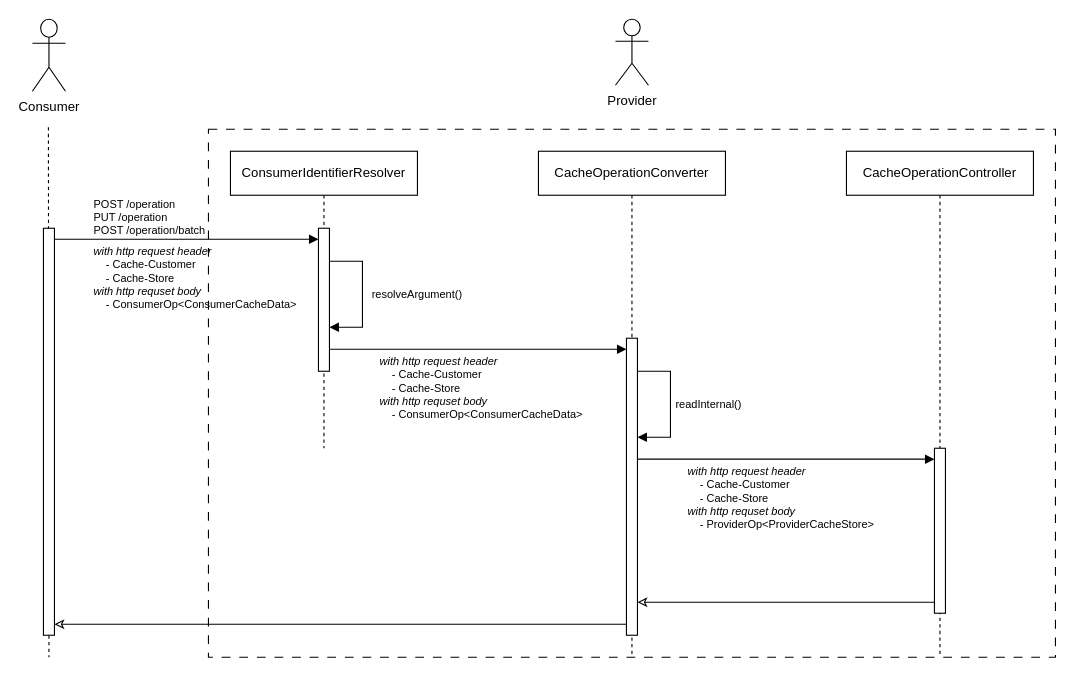
Above: assets/saving.drawio in RicciLiao/ricci-cache-provider (draw.io), before the change. Source tidied: cells renumbered, new cells numbered last; positions are measured from the earlier drawing's top-left corner, leaving out a move shared by most shapes. Both pictures are drawn from the tidied source at 110%, with x=0, y=0 at pixel (32, 19).
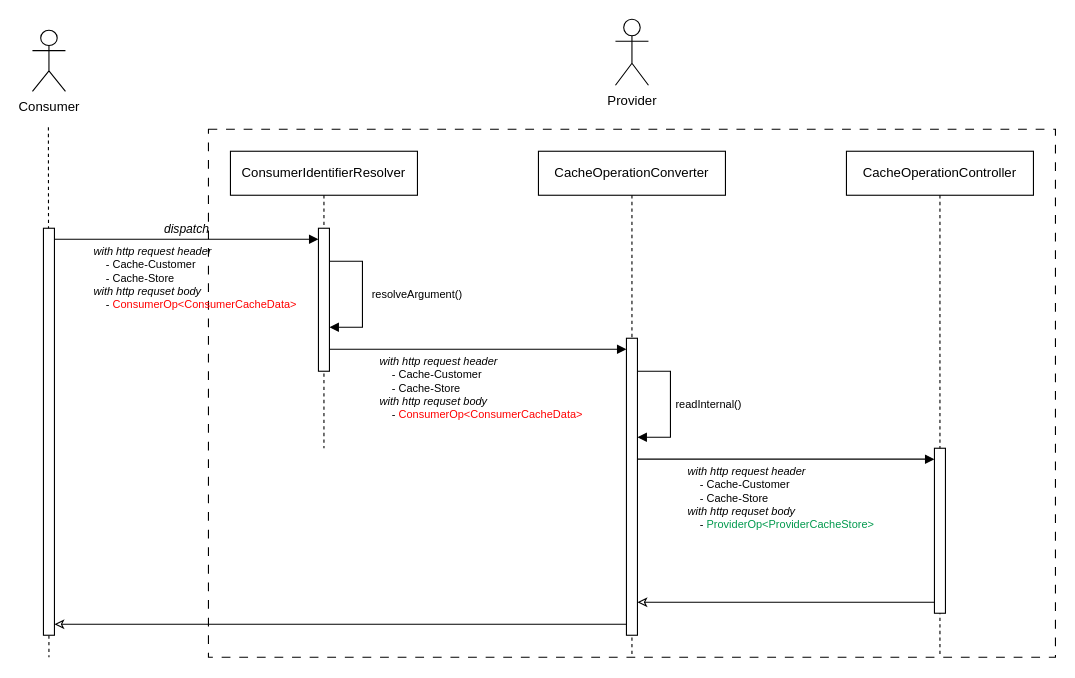
The same page after the edit.

The change refers to these unchanged cells:
```xml
<mxCell id="6" style="html=1;points=[[0,0,0,0,5],[0,1,0,0,-5],[1,0,0,0,5],[1,1,0,0,-5]];perimeter=orthogonalPerimeter;outlineConnect=0;targetShapes=umlLifeline;portConstraint=eastwest;newEdgeStyle={&quot;curved&quot;:0,&quot;rounded&quot;:0};" parent="5" vertex="1">
  <mxGeometry x="80" y="70" width="10" height="130" as="geometry" />
</mxCell>
```

What changed in the source:
```diff
@@
-    <mxCell id="8" value="&lt;div style=&quot;&quot;&gt;&lt;br&gt;&lt;/div&gt;" style="html=1;verticalAlign=bottom;endArrow=block;curved=0;rounded=0;fontSize=10;labelBackgroundColor=none;fontColor=light-dark(#000000,#EDEDED);align=center;" parent="1" edge="1" target="6">
-      <mxGeometry relative="1" as="geometry">
-        <mxPoint x="20" y="200" as="sourcePoint" />
-      </mxGeometry>
-    </mxCell>
-    <mxCell id="9" value="&lt;font style=&quot;&quot;&gt;&lt;i&gt;with http request header&lt;/i&gt;&lt;/font&gt;&lt;div&gt;&amp;nbsp; &amp;nbsp; -&amp;nbsp;Cache-Customer&lt;/div&gt;&lt;div&gt;&amp;nbsp; &amp;nbsp; -&amp;nbsp;Cache-Store&lt;/div&gt;&lt;div&gt;&lt;i&gt;with http requset body&lt;/i&gt;&lt;/div&gt;&lt;div&gt;&amp;nbsp; &amp;nbsp; &lt;font style=&quot;&quot;&gt;-&amp;nbsp;ConsumerOp&amp;lt;ConsumerCacheData&amp;gt;&lt;/font&gt;&lt;/div&gt;" style="text;align=left;verticalAlign=middle;spacingLeft=4;spacingRight=4;overflow=hidden;whiteSpace=wrap;html=1;fontSize=10;" parent="1" vertex="1">
+    <mxCell id="9" value="&lt;font style=&quot;&quot;&gt;&lt;i&gt;with http request header&lt;/i&gt;&lt;/font&gt;&lt;div&gt;&amp;nbsp; &amp;nbsp; -&amp;nbsp;Cache-Customer&lt;/div&gt;&lt;div&gt;&amp;nbsp; &amp;nbsp; -&amp;nbsp;Cache-Store&lt;/div&gt;&lt;div&gt;&lt;i&gt;with http requset body&lt;/i&gt;&lt;/div&gt;&lt;div&gt;&amp;nbsp; &amp;nbsp; &lt;font style=&quot;&quot;&gt;-&amp;nbsp;&lt;span&gt;&lt;font style=&quot;color: rgb(255, 0, 0);&quot;&gt;ConsumerOp&amp;lt;ConsumerCacheData&amp;gt;&lt;/font&gt;&lt;/span&gt;&lt;/font&gt;&lt;/div&gt;" style="text;align=left;verticalAlign=middle;spacingLeft=4;spacingRight=4;overflow=hidden;whiteSpace=wrap;html=1;fontSize=10;" parent="1" vertex="1">
       <mxGeometry x="50" y="200" width="200" height="70" as="geometry" />
     </mxCell>
@@
-    <mxCell id="17" value="&lt;font style=&quot;&quot;&gt;&lt;i&gt;with http request header&lt;/i&gt;&lt;/font&gt;&lt;div&gt;&amp;nbsp; &amp;nbsp; -&amp;nbsp;Cache-Customer&lt;/div&gt;&lt;div&gt;&amp;nbsp; &amp;nbsp; -&amp;nbsp;Cache-Store&lt;/div&gt;&lt;div&gt;&lt;i&gt;with http requset body&lt;/i&gt;&lt;/div&gt;&lt;div&gt;&amp;nbsp; &amp;nbsp; &lt;font style=&quot;&quot;&gt;-&amp;nbsp;ConsumerOp&amp;lt;ConsumerCacheData&amp;gt;&lt;/font&gt;&lt;/div&gt;" style="text;align=left;verticalAlign=middle;spacingLeft=4;spacingRight=4;overflow=hidden;whiteSpace=wrap;html=1;fontSize=10;" parent="1" vertex="1">
+    <mxCell id="17" value="&lt;font style=&quot;&quot;&gt;&lt;i&gt;with http request header&lt;/i&gt;&lt;/font&gt;&lt;div&gt;&amp;nbsp; &amp;nbsp; -&amp;nbsp;Cache-Customer&lt;/div&gt;&lt;div&gt;&amp;nbsp; &amp;nbsp; -&amp;nbsp;Cache-Store&lt;/div&gt;&lt;div&gt;&lt;i&gt;with http requset body&lt;/i&gt;&lt;/div&gt;&lt;div&gt;&amp;nbsp; &amp;nbsp; &lt;font style=&quot;&quot;&gt;-&amp;nbsp;&lt;font style=&quot;color: rgb(255, 0, 0);&quot;&gt;ConsumerOp&amp;lt;ConsumerCacheData&amp;gt;&lt;/font&gt;&lt;/font&gt;&lt;/div&gt;" style="text;align=left;verticalAlign=middle;spacingLeft=4;spacingRight=4;overflow=hidden;whiteSpace=wrap;html=1;fontSize=10;" parent="1" vertex="1">
       <mxGeometry x="310" y="300" width="200" height="70" as="geometry" />
     </mxCell>
@@
-    <mxCell id="21" value="&lt;font style=&quot;&quot;&gt;&lt;i&gt;with http request header&lt;/i&gt;&lt;/font&gt;&lt;div&gt;&amp;nbsp; &amp;nbsp; -&amp;nbsp;Cache-Customer&lt;/div&gt;&lt;div&gt;&amp;nbsp; &amp;nbsp; -&amp;nbsp;Cache-Store&lt;/div&gt;&lt;div&gt;&lt;i&gt;with http requset body&lt;/i&gt;&lt;/div&gt;&lt;div&gt;&amp;nbsp; &amp;nbsp; &lt;font style=&quot;&quot;&gt;-&amp;nbsp;ProviderOp&amp;lt;ProviderCacheStore&amp;gt;&lt;/font&gt;&lt;/div&gt;" style="text;align=left;verticalAlign=middle;spacingLeft=4;spacingRight=4;overflow=hidden;whiteSpace=wrap;html=1;fontSize=10;" parent="1" vertex="1">
+    <mxCell id="21" value="&lt;font style=&quot;&quot;&gt;&lt;i&gt;with http request header&lt;/i&gt;&lt;/font&gt;&lt;div&gt;&amp;nbsp; &amp;nbsp; -&amp;nbsp;Cache-Customer&lt;/div&gt;&lt;div&gt;&amp;nbsp; &amp;nbsp; -&amp;nbsp;Cache-Store&lt;/div&gt;&lt;div&gt;&lt;i&gt;with http requset body&lt;/i&gt;&lt;/div&gt;&lt;div&gt;&amp;nbsp; &amp;nbsp; &lt;font style=&quot;&quot;&gt;-&amp;nbsp;&lt;font style=&quot;color: rgb(0, 153, 77);&quot;&gt;ProviderOp&amp;lt;ProviderCacheStore&amp;gt;&lt;/font&gt;&lt;/font&gt;&lt;/div&gt;" style="text;align=left;verticalAlign=middle;spacingLeft=4;spacingRight=4;overflow=hidden;whiteSpace=wrap;html=1;fontSize=10;" parent="1" vertex="1">
       <mxGeometry x="590" y="400" width="200" height="70" as="geometry" />
     </mxCell>
@@
     <mxCell id="24" value="Consumer" style="shape=umlActor;verticalLabelPosition=bottom;verticalAlign=top;html=1;fillColor=none;" parent="1" vertex="1">
-      <mxGeometry width="30" height="65.5" as="geometry" />
+      <mxGeometry y="10" width="30" height="55.5" as="geometry" />
     </mxCell>
-    <mxCell id="25" value="&lt;div style=&quot;&quot;&gt;&lt;span style=&quot;text-wrap-mode: nowrap;&quot;&gt;POST /operation&amp;nbsp;&lt;/span&gt;&lt;/div&gt;&lt;div style=&quot;&quot;&gt;&lt;span style=&quot;text-wrap-mode: nowrap;&quot;&gt;PUT /operation&amp;nbsp;&lt;/span&gt;&lt;/div&gt;&lt;div style=&quot;&quot;&gt;&lt;span style=&quot;text-wrap-mode: nowrap;&quot;&gt;POST /operation/batch&lt;/span&gt;&lt;/div&gt;" style="text;align=left;verticalAlign=middle;spacingLeft=4;spacingRight=4;overflow=hidden;whiteSpace=wrap;html=1;fontSize=10;" parent="1" vertex="1">
-      <mxGeometry x="50" y="160" width="120" height="40" as="geometry" />
-    </mxCell>
+    <mxCell id="26" value="dispatch" style="html=1;verticalAlign=bottom;endArrow=block;curved=0;rounded=0;fontStyle=2;labelBackgroundColor=none;" parent="1" edge="1" target="6">
+      <mxGeometry relative="1" as="geometry">
+        <mxPoint x="20" y="200" as="sourcePoint" />
+      </mxGeometry>
+    </mxCell>
```
